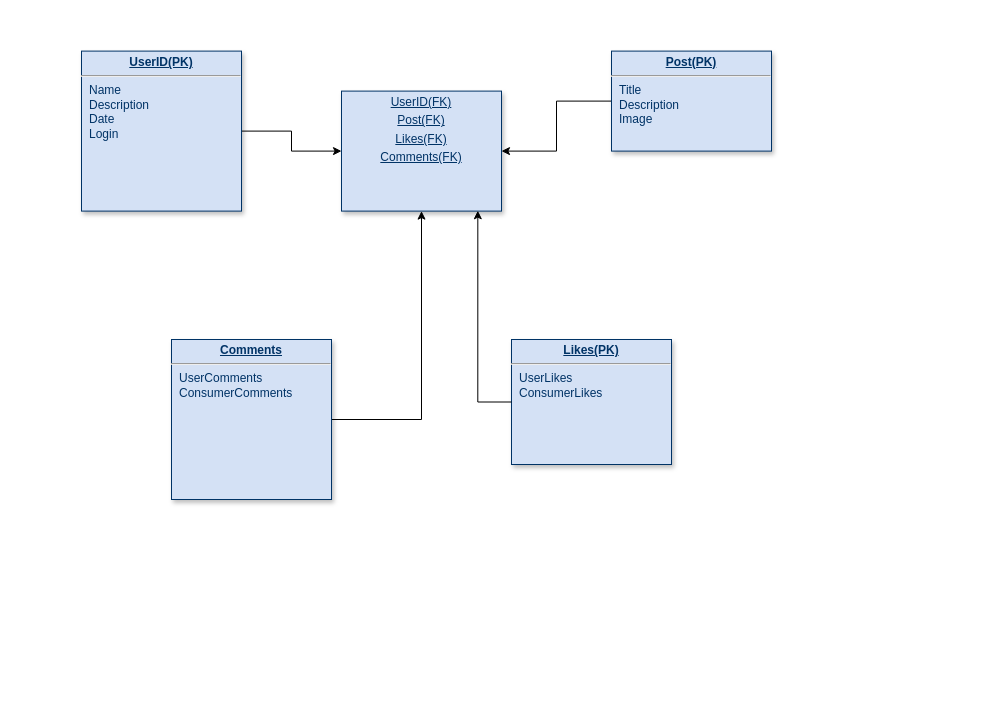
Earlier version of the draw.io diagram Untitled Diagram.drawio (AlexanderSeyler/module-8). Source tidied: cells renumbered, new cells numbered last; positions are measured from the earlier drawing's top-left corner, leaving out a move shared by most shapes. Both pictures are drawn from the tidied source at 100%, with x=0, y=0 at pixel (81, 51).
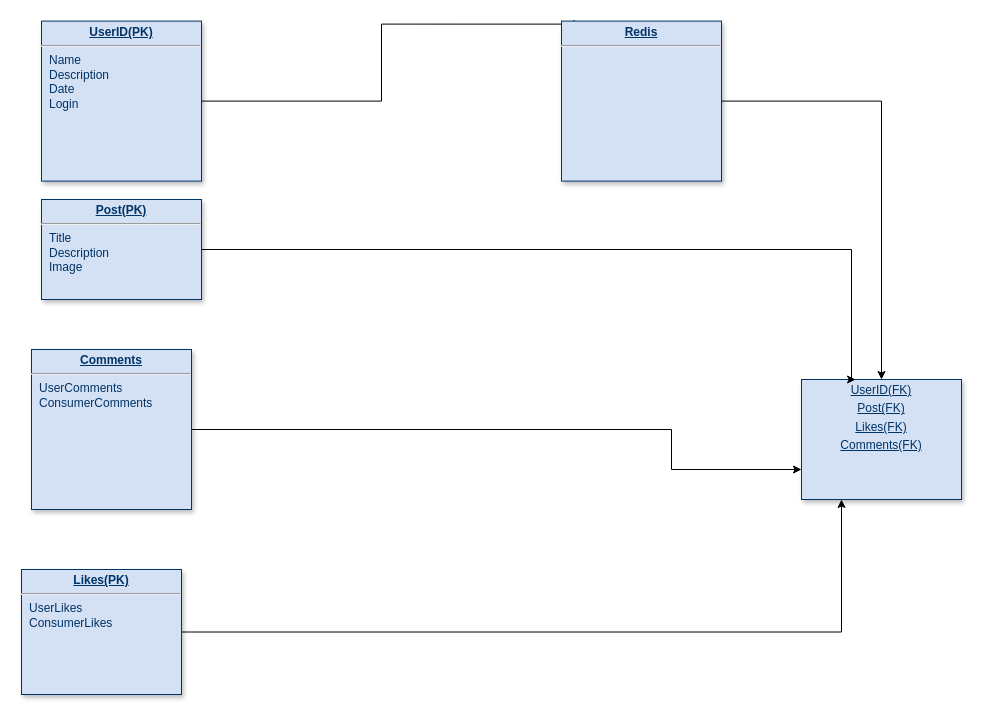
The same page after the edit.

Diff of the diagram source:
```diff
@@
 <mxGraphModel>
   <root>
     <mxCell id="0" />
     <mxCell id="1" parent="0" />
     <mxCell id="2" value="&lt;p style=&quot;margin: 0px; margin-top: 4px; text-align: center; text-decoration: underline;&quot;&gt;UserID(FK)&lt;/p&gt;&lt;p style=&quot;margin: 0px; margin-top: 4px; text-align: center; text-decoration: underline;&quot;&gt;&lt;span style=&quot;background-color: initial;&quot;&gt;Post(FK)&lt;/span&gt;&lt;br&gt;&lt;/p&gt;&lt;p style=&quot;margin: 0px; margin-top: 4px; text-align: center; text-decoration: underline;&quot;&gt;Likes(FK)&lt;/p&gt;&lt;p style=&quot;margin: 0px; margin-top: 4px; text-align: center; text-decoration: underline;&quot;&gt;Comments(FK)&lt;/p&gt;&lt;p style=&quot;margin: 0px; margin-top: 4px; text-align: center; text-decoration: underline;&quot;&gt;&lt;br&gt;&lt;/p&gt;" style="verticalAlign=top;align=left;overflow=fill;fontSize=12;fontFamily=Helvetica;html=1;strokeColor=#003366;shadow=1;fillColor=#D4E1F5;fontColor=#003366;" parent="1" vertex="1">
-      <mxGeometry x="260" y="39.6" width="160" height="120" as="geometry" />
+      <mxGeometry x="720" y="328" width="160" height="120" as="geometry" />
     </mxCell>
+    <mxCell id="10" style="edgeStyle=orthogonalEdgeStyle;rounded=0;jettySize=auto;html=1;exitX=1;exitY=0.5;exitDx=0;exitDy=0;entryX=0.25;entryY=1;entryDx=0;entryDy=0;" parent="1" edge="1" source="3" target="2">
+      <mxGeometry relative="1" as="geometry" />
+    </mxCell>
     <mxCell id="3" value="&lt;p style=&quot;margin: 0px; margin-top: 4px; text-align: center; text-decoration: underline;&quot;&gt;&lt;b&gt;Likes(PK)&lt;/b&gt;&lt;/p&gt;&lt;hr&gt;&lt;p style=&quot;margin: 0px; margin-left: 8px;&quot;&gt;UserLikes&lt;/p&gt;&lt;p style=&quot;margin: 0px; margin-left: 8px;&quot;&gt;ConsumerLikes&lt;br&gt;&lt;/p&gt;&lt;p style=&quot;margin: 0px; margin-left: 8px;&quot;&gt;&lt;br&gt;&lt;/p&gt;" style="verticalAlign=top;align=left;overflow=fill;fontSize=12;fontFamily=Helvetica;html=1;strokeColor=#003366;shadow=1;fillColor=#D4E1F5;fontColor=#003366;" parent="1" vertex="1">
-      <mxGeometry x="430" y="288" width="160" height="125" as="geometry" />
+      <mxGeometry x="-60" y="518" width="160" height="125" as="geometry" />
     </mxCell>
-    <mxCell id="4" style="edgeStyle=orthogonalEdgeStyle;rounded=0;jettySize=auto;html=1;entryX=0.5;entryY=1;entryDx=0;entryDy=0;" parent="1" edge="1" source="5" target="2">
-      <mxGeometry relative="1" as="geometry" />
+    <mxCell id="4" style="edgeStyle=orthogonalEdgeStyle;rounded=0;jettySize=auto;html=1;exitX=1;exitY=0.5;exitDx=0;exitDy=0;entryX=0;entryY=0.75;entryDx=0;entryDy=0;" parent="1" edge="1" source="5" target="2">
+      <mxGeometry relative="1" as="geometry">
+        <Array as="points">
+          <mxPoint x="590" y="378" />
+          <mxPoint x="590" y="418" />
+        </Array>
+      </mxGeometry>
     </mxCell>
     <mxCell id="5" value="&lt;p style=&quot;margin: 0px; margin-top: 4px; text-align: center; text-decoration: underline;&quot;&gt;&lt;strong&gt;Comments&lt;/strong&gt;&lt;/p&gt;&lt;hr&gt;&lt;p style=&quot;margin: 0px; margin-left: 8px;&quot;&gt;UserComments&lt;/p&gt;&lt;p style=&quot;margin: 0px; margin-left: 8px;&quot;&gt;ConsumerComments&lt;/p&gt;" style="verticalAlign=top;align=left;overflow=fill;fontSize=12;fontFamily=Helvetica;html=1;strokeColor=#003366;shadow=1;fillColor=#D4E1F5;fontColor=#003366;" parent="1" vertex="1">
-      <mxGeometry x="90" y="288" width="160" height="160" as="geometry" />
+      <mxGeometry x="-50" y="298" width="160" height="160" as="geometry" />
     </mxCell>
+    <mxCell id="7" value="&lt;p style=&quot;margin: 0px; margin-top: 4px; text-align: center; text-decoration: underline;&quot;&gt;&lt;b&gt;Post(PK)&lt;/b&gt;&lt;/p&gt;&lt;hr&gt;&lt;p style=&quot;margin: 0px; margin-left: 8px;&quot;&gt;Title&lt;/p&gt;&lt;p style=&quot;margin: 0px; margin-left: 8px;&quot;&gt;Description&lt;/p&gt;&lt;p style=&quot;margin: 0px; margin-left: 8px;&quot;&gt;Image&lt;/p&gt;" style="verticalAlign=top;align=left;overflow=fill;fontSize=12;fontFamily=Helvetica;html=1;strokeColor=#003366;shadow=1;fillColor=#D4E1F5;fontColor=#003366;" parent="1" vertex="1">
+      <mxGeometry x="-40" y="148" width="160" height="100" as="geometry" />
+    </mxCell>
+    <mxCell id="11" style="edgeStyle=orthogonalEdgeStyle;rounded=0;jettySize=auto;html=1;exitX=1;exitY=0.5;exitDx=0;exitDy=0;entryX=0.125;entryY=0.019;entryDx=0;entryDy=0;entryPerimeter=0;" parent="1" edge="1" source="9" target="13">
+      <mxGeometry relative="1" as="geometry" />
+    </mxCell>
+    <mxCell id="9" value="&lt;p style=&quot;margin: 0px; margin-top: 4px; text-align: center; text-decoration: underline;&quot;&gt;&lt;b&gt;UserID(PK)&lt;/b&gt;&lt;/p&gt;&lt;hr&gt;&lt;p style=&quot;margin: 0px; margin-left: 8px;&quot;&gt;&lt;span style=&quot;background-color: initial;&quot;&gt;Name&lt;/span&gt;&lt;br&gt;&lt;/p&gt;&lt;p style=&quot;margin: 0px; margin-left: 8px;&quot;&gt;Description&lt;/p&gt;&lt;p style=&quot;margin: 0px; margin-left: 8px;&quot;&gt;Date&lt;/p&gt;&lt;p style=&quot;margin: 0px; margin-left: 8px;&quot;&gt;Login&lt;/p&gt;" style="verticalAlign=top;align=left;overflow=fill;fontSize=12;fontFamily=Helvetica;html=1;strokeColor=#003366;shadow=1;fillColor=#D4E1F5;fontColor=#003366;" parent="1" vertex="1">
+      <mxGeometry x="-40" y="-30.4" width="160" height="160" as="geometry" />
+    </mxCell>
+    <mxCell id="12" style="edgeStyle=orthogonalEdgeStyle;rounded=0;jettySize=auto;html=1;" parent="1" edge="1" source="13" target="2">
+      <mxGeometry relative="1" as="geometry" />
+    </mxCell>
+    <mxCell id="13" value="&lt;p style=&quot;margin: 0px; margin-top: 4px; text-align: center; text-decoration: underline;&quot;&gt;&lt;strong&gt;Redis&lt;/strong&gt;&lt;/p&gt;&lt;hr&gt;&lt;p style=&quot;margin: 0px; margin-left: 8px;&quot;&gt;&lt;br&gt;&lt;/p&gt;" style="verticalAlign=top;align=left;overflow=fill;fontSize=12;fontFamily=Helvetica;html=1;strokeColor=#003366;shadow=1;fillColor=#D4E1F5;fontColor=#003366;" parent="1" vertex="1">
+      <mxGeometry x="480" y="-30.4" width="160" height="160" as="geometry" />
+    </mxCell>
-    <mxCell id="6" style="edgeStyle=orthogonalEdgeStyle;rounded=0;jettySize=auto;html=1;exitX=0;exitY=0.5;exitDx=0;exitDy=0;entryX=1;entryY=0.5;entryDx=0;entryDy=0;" parent="1" edge="1" source="7" target="2">
-      <mxGeometry relative="1" as="geometry" />
+    <mxCell id="6" style="edgeStyle=orthogonalEdgeStyle;rounded=0;jettySize=auto;html=1;exitX=1;exitY=0.5;exitDx=0;exitDy=0;entryX=0.338;entryY=0;entryDx=0;entryDy=0;entryPerimeter=0;" parent="1" edge="1" source="7" target="2">
+      <mxGeometry relative="1" as="geometry">
+        <Array as="points">
+          <mxPoint x="770" y="198" />
+          <mxPoint x="770" y="328" />
+        </Array>
+      </mxGeometry>
     </mxCell>
-    <mxCell id="7" value="&lt;p style=&quot;margin: 0px; margin-top: 4px; text-align: center; text-decoration: underline;&quot;&gt;&lt;b&gt;Post(PK)&lt;/b&gt;&lt;/p&gt;&lt;hr&gt;&lt;p style=&quot;margin: 0px; margin-left: 8px;&quot;&gt;Title&lt;/p&gt;&lt;p style=&quot;margin: 0px; margin-left: 8px;&quot;&gt;Description&lt;/p&gt;&lt;p style=&quot;margin: 0px; margin-left: 8px;&quot;&gt;Image&lt;/p&gt;" style="verticalAlign=top;align=left;overflow=fill;fontSize=12;fontFamily=Helvetica;html=1;strokeColor=#003366;shadow=1;fillColor=#D4E1F5;fontColor=#003366;" parent="1" vertex="1">
-      <mxGeometry x="530" y="-0.4" width="160" height="100" as="geometry" />
-    </mxCell>
-    <mxCell id="8" style="edgeStyle=orthogonalEdgeStyle;rounded=0;jettySize=auto;html=1;" parent="1" edge="1" source="9" target="2">
-      <mxGeometry relative="1" as="geometry" />
-    </mxCell>
-    <mxCell id="9" value="&lt;p style=&quot;margin: 0px; margin-top: 4px; text-align: center; text-decoration: underline;&quot;&gt;&lt;b&gt;UserID(PK)&lt;/b&gt;&lt;/p&gt;&lt;hr&gt;&lt;p style=&quot;margin: 0px; margin-left: 8px;&quot;&gt;&lt;span style=&quot;background-color: initial;&quot;&gt;Name&lt;/span&gt;&lt;br&gt;&lt;/p&gt;&lt;p style=&quot;margin: 0px; margin-left: 8px;&quot;&gt;Description&lt;/p&gt;&lt;p style=&quot;margin: 0px; margin-left: 8px;&quot;&gt;Date&lt;/p&gt;&lt;p style=&quot;margin: 0px; margin-left: 8px;&quot;&gt;Login&lt;/p&gt;" style="verticalAlign=top;align=left;overflow=fill;fontSize=12;fontFamily=Helvetica;html=1;strokeColor=#003366;shadow=1;fillColor=#D4E1F5;fontColor=#003366;" parent="1" vertex="1">
-      <mxGeometry y="-0.4" width="160" height="160" as="geometry" />
-    </mxCell>
-    <mxCell id="10" style="edgeStyle=orthogonalEdgeStyle;rounded=0;jettySize=auto;html=1;entryX=0.852;entryY=0.997;entryDx=0;entryDy=0;entryPerimeter=0;" parent="1" edge="1" source="3" target="2">
-      <mxGeometry relative="1" as="geometry" />
-    </mxCell>
   </root>
 </mxGraphModel>
```
